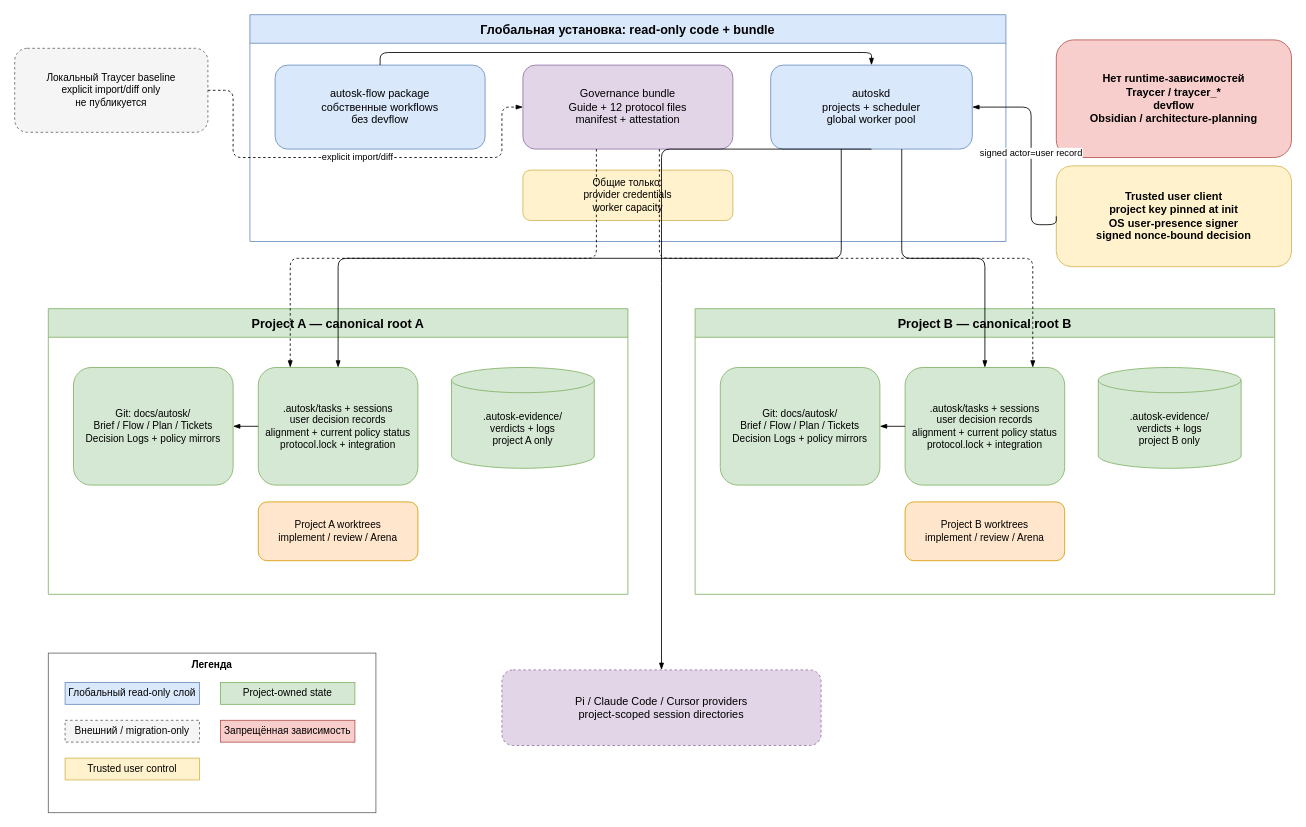
The draw.io diagram page "Multi-project architecture" (2 of 2) of diagrams/autosk-flow.drawio in Valeron2206/autosk-traycer-flow, before the edit. Source tidied: cells renumbered, new cells numbered last; positions are measured from the earlier drawing's top-left corner, leaving out a move shared by most shapes. Both pictures are drawn from the tidied source at 84%, with x=0, y=0 at pixel (14, 14).
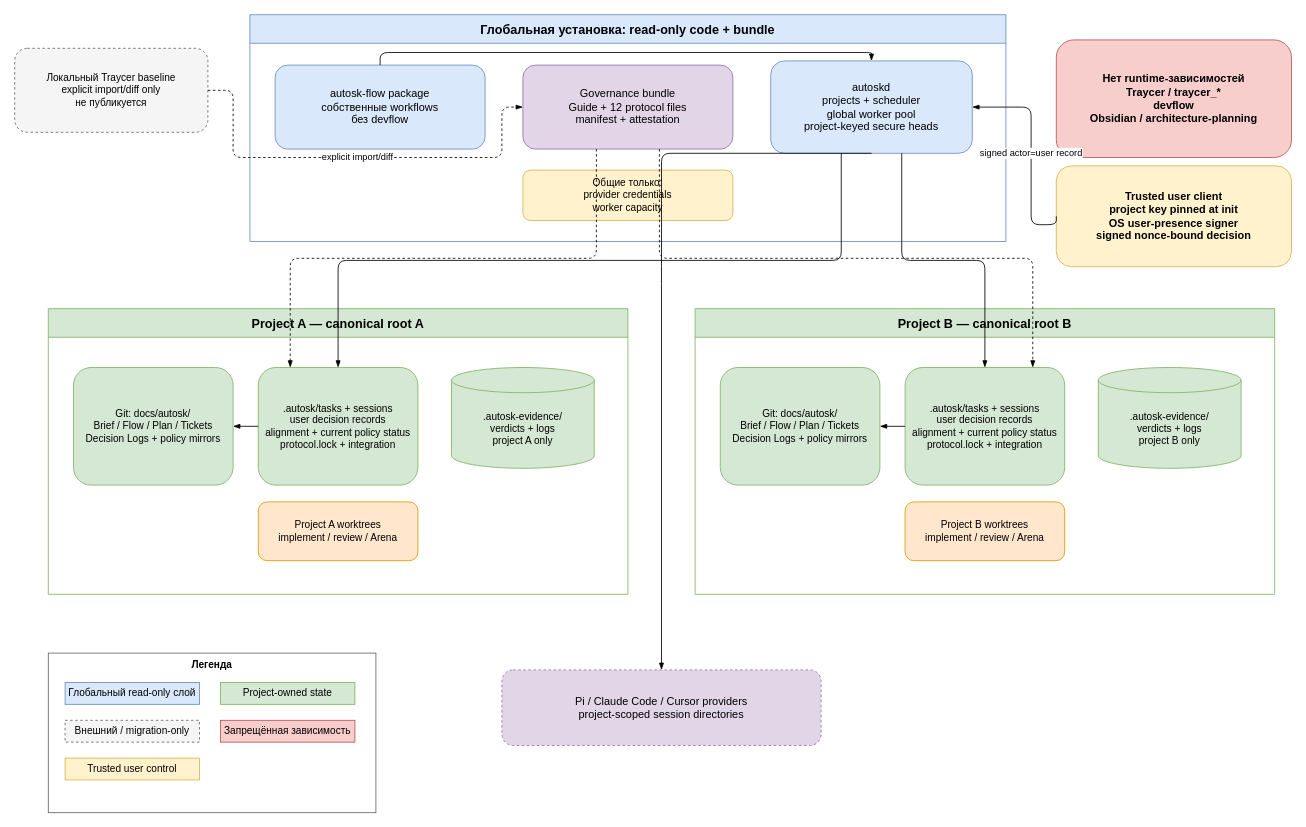
Above is the later version.

Commit message (it also covers changes not shown here):
docs(flow): close recovery review gaps

The change refers to these unchanged cells:
```xml
<mxCell id="2" value="Глобальная установка: read-only code + bundle" style="swimlane;startSize=34;html=1;whiteSpace=wrap;fillColor=#dae8fc;strokeColor=#6c8ebf;fontStyle=1;fontSize=15;" parent="1" vertex="1">
  <mxGeometry x="280" width="900" height="270" as="geometry" />
</mxCell>
```

What changed in the source:
```diff
@@
-    <mxCell id="5" value="autoskd&#10;projects + scheduler&#10;global worker pool" style="rounded=1;whiteSpace=wrap;html=1;fillColor=#dae8fc;strokeColor=#6c8ebf;fontSize=13;" parent="2" vertex="1">
-      <mxGeometry x="620" y="60" width="240" height="100" as="geometry" />
+    <mxCell id="5" value="autoskd&#10;projects + scheduler&#10;global worker pool&#10;project-keyed secure heads" style="rounded=1;whiteSpace=wrap;html=1;fillColor=#dae8fc;strokeColor=#6c8ebf;fontSize=13;" parent="2" vertex="1">
+      <mxGeometry x="620" y="55" width="240" height="110" as="geometry" />
     </mxCell>
```
